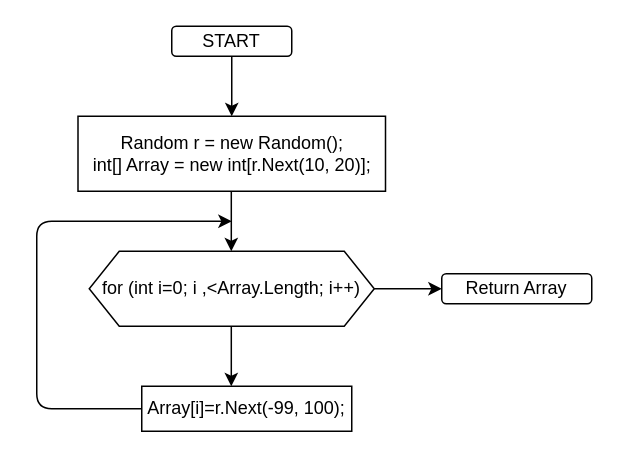
This is 2021/BlockDiagram/GetArray_method.drawio from AbubakirovRA/FinalWork2021, a draw.io file, before an edit. Source tidied: cells renumbered, new cells numbered last; positions are measured from the earlier drawing's top-left corner, leaving out a move shared by most shapes. Both pictures are drawn from the tidied source at 150%, with x=0, y=0 at pixel (36, 26).
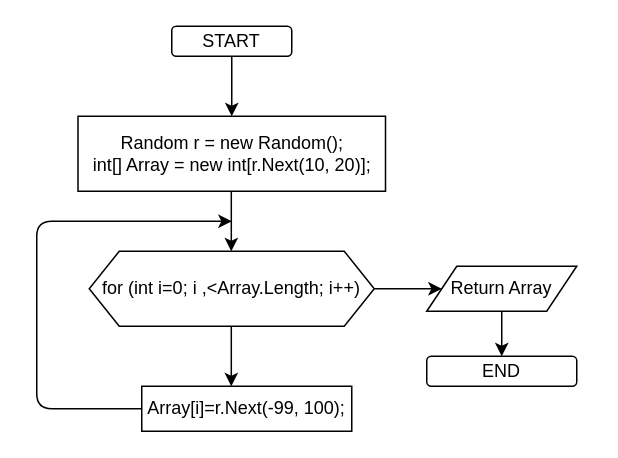
The same page after the edit.

What changed in the source:
```diff
@@
 <mxGraphModel>
   <root>
     <mxCell id="0" />
     <mxCell id="1" parent="0" />
     <mxCell id="2" value="START" style="rounded=1;whiteSpace=wrap;html=1;" parent="1" vertex="1">
       <mxGeometry x="90" width="80" height="20" as="geometry" />
     </mxCell>
     <mxCell id="3" style="endArrow=classic;html=1;exitX=0.5;exitY=1;exitDx=0;exitDy=0;" parent="1" edge="1" source="2">
       <mxGeometry relative="1" as="geometry">
         <mxPoint x="130" y="60" as="targetPoint" />
       </mxGeometry>
     </mxCell>
     <mxCell id="4" value="&lt;span class=&quot;pl-smi&quot;&gt;&lt;span class=&quot;pl-k&quot;&gt;Random&lt;/span&gt; &lt;span class=&quot;pl-en&quot;&gt;r&lt;/span&gt; &lt;span class=&quot;pl-k&quot;&gt;=&lt;/span&gt; &lt;span class=&quot;pl-k&quot;&gt;new&lt;/span&gt; &lt;span class=&quot;pl-k&quot;&gt;Random&lt;/span&gt;();&lt;br&gt;&lt;span class=&quot;pl-k&quot;&gt;int&lt;/span&gt;[] Array&amp;nbsp;&lt;span class=&quot;pl-k&quot;&gt;=&lt;/span&gt; &lt;span class=&quot;pl-k&quot;&gt;new&lt;/span&gt; &lt;span class=&quot;pl-k&quot;&gt;int&lt;/span&gt;[&lt;span class=&quot;pl-smi&quot;&gt;r&lt;/span&gt;.&lt;span class=&quot;pl-en&quot;&gt;Next&lt;/span&gt;(10, 20)];&lt;/span&gt;" style="rounded=0;whiteSpace=wrap;html=1;" parent="1" vertex="1">
       <mxGeometry x="27.5" y="60" width="205" height="50" as="geometry" />
     </mxCell>
     <mxCell id="5" style="endArrow=classic;html=1;exitX=0.5;exitY=1;exitDx=0;exitDy=0;" parent="1" edge="1">
       <mxGeometry relative="1" as="geometry">
         <mxPoint x="129.7" y="110" as="sourcePoint" />
         <mxPoint x="129.7" y="150" as="targetPoint" />
       </mxGeometry>
     </mxCell>
     <mxCell id="6" value="for (int i=0; i ,&amp;lt;Array.Length; i++)&lt;br&gt;" style="shape=hexagon;perimeter=hexagonPerimeter2;whiteSpace=wrap;html=1;fixedSize=1;" parent="1" vertex="1">
       <mxGeometry x="35" y="150" width="190" height="50" as="geometry" />
     </mxCell>
-    <mxCell id="7" value="Return Array" style="rounded=1;whiteSpace=wrap;html=1;" parent="1" vertex="1">
-      <mxGeometry x="270" y="165" width="100" height="20" as="geometry" />
+    <mxCell id="7" value="END" style="rounded=1;whiteSpace=wrap;html=1;" parent="1" vertex="1">
+      <mxGeometry x="260" y="220" width="100" height="20" as="geometry" />
     </mxCell>
     <mxCell id="8" style="endArrow=classic;html=1;exitX=0.5;exitY=1;exitDx=0;exitDy=0;" parent="1" edge="1">
       <mxGeometry relative="1" as="geometry">
         <mxPoint x="129.7" y="200" as="sourcePoint" />
         <mxPoint x="129.7" y="240" as="targetPoint" />
       </mxGeometry>
     </mxCell>
     <mxCell id="9" value="&lt;span&gt;Array[i]=r.Next(-99, 100);&lt;/span&gt;" style="rounded=0;whiteSpace=wrap;html=1;" parent="1" vertex="1">
       <mxGeometry x="70" y="240" width="140" height="30" as="geometry" />
     </mxCell>
     <mxCell id="10" style="endArrow=classic;html=1;exitX=0;exitY=0.5;exitDx=0;exitDy=0;" parent="1" edge="1" source="9">
       <mxGeometry relative="1" as="geometry">
         <mxPoint x="130" y="130" as="targetPoint" />
         <Array as="points">
           <mxPoint y="255" />
           <mxPoint y="130" />
         </Array>
       </mxGeometry>
     </mxCell>
     <mxCell id="11" style="endArrow=classic;html=1;exitX=1;exitY=0.5;exitDx=0;exitDy=0;" parent="1" edge="1" source="6">
       <mxGeometry relative="1" as="geometry">
         <mxPoint x="270" y="175" as="targetPoint" />
       </mxGeometry>
     </mxCell>
+    <mxCell id="12" style="edgeStyle=none;html=1;exitX=0.5;exitY=1;exitDx=0;exitDy=0;entryX=0.5;entryY=0;entryDx=0;entryDy=0;" parent="1" edge="1" source="13" target="7">
+      <mxGeometry relative="1" as="geometry" />
+    </mxCell>
+    <mxCell id="13" value="&lt;span&gt;Return Array&lt;/span&gt;" style="shape=parallelogram;perimeter=parallelogramPerimeter;whiteSpace=wrap;html=1;fixedSize=1;" parent="1" vertex="1">
+      <mxGeometry x="260" y="160" width="100" height="30" as="geometry" />
+    </mxCell>
   </root>
 </mxGraphModel>
```
